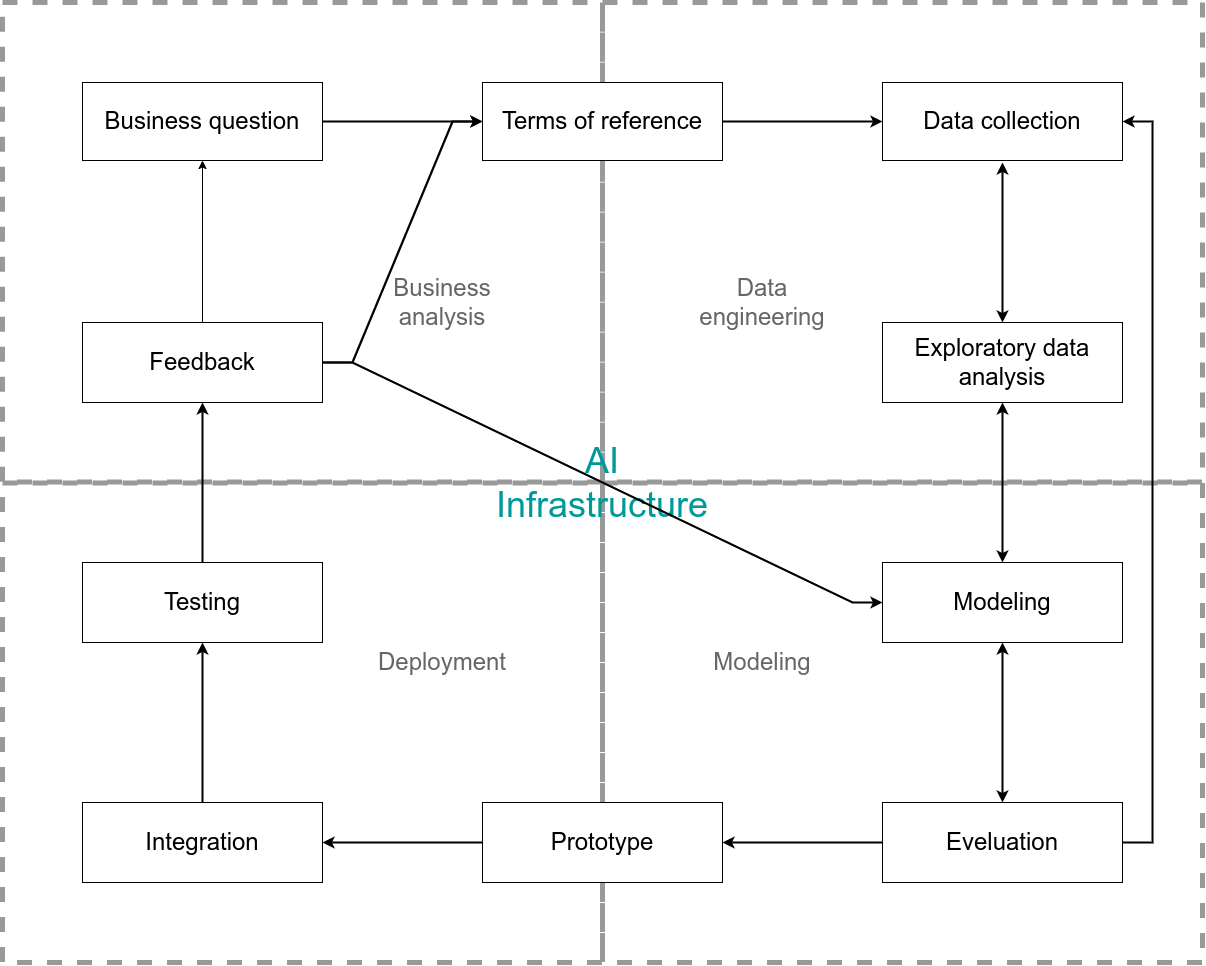
This is diagrams/ai_project_development_life_cycle.drawio.png from ryndovaira-org/data_science_lectures, a draw.io export, as it was before one commit. Source tidied: cells renumbered, new cells last; positions are measured from the earlier drawing's top-left corner, leaving out a move shared by most shapes.
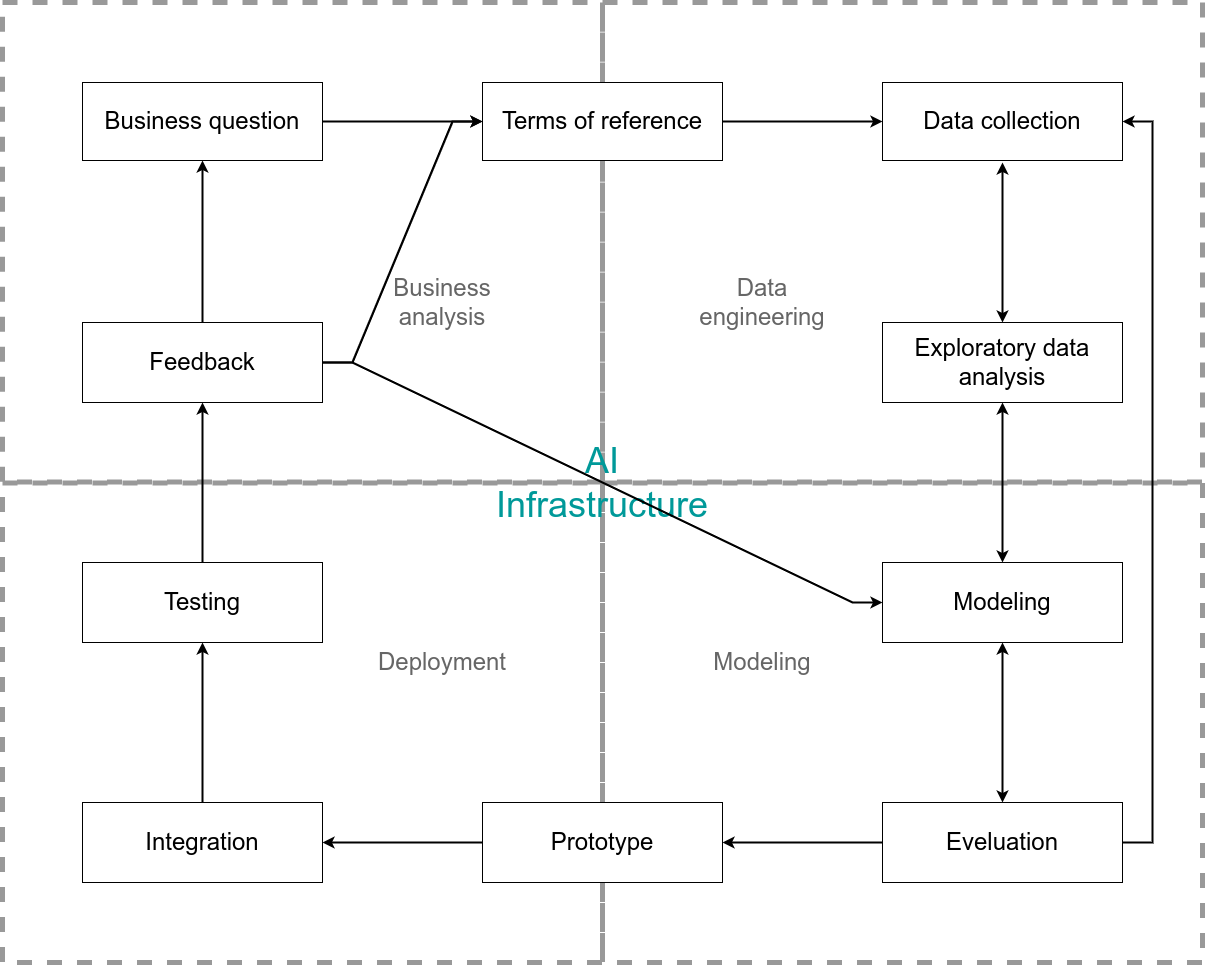
After the commit.

Change to the diagram source:
```diff
@@ -40,7 +40,7 @@
     <mxCell id="13" value="&lt;font style=&quot;font-size: 24px;&quot;&gt;Feedback&lt;/font&gt;" style="rounded=0;whiteSpace=wrap;html=1;" parent="1" vertex="1">
       <mxGeometry x="80" y="320" width="240" height="80" as="geometry" />
     </mxCell>
-    <mxCell id="14" style="edgeStyle=orthogonalEdgeStyle;rounded=0;jettySize=auto;html=1;" parent="1" edge="1" source="13" target="12">
+    <mxCell id="14" style="edgeStyle=orthogonalEdgeStyle;rounded=0;jettySize=auto;html=1;strokeWidth=2;" parent="1" edge="1" source="13" target="12">
       <mxGeometry relative="1" as="geometry" />
     </mxCell>
     <mxCell id="15" value="&lt;font style=&quot;font-size: 24px;&quot;&gt;Terms of reference&lt;/font&gt;" style="rounded=0;whiteSpace=wrap;html=1;" parent="1" vertex="1">
```
